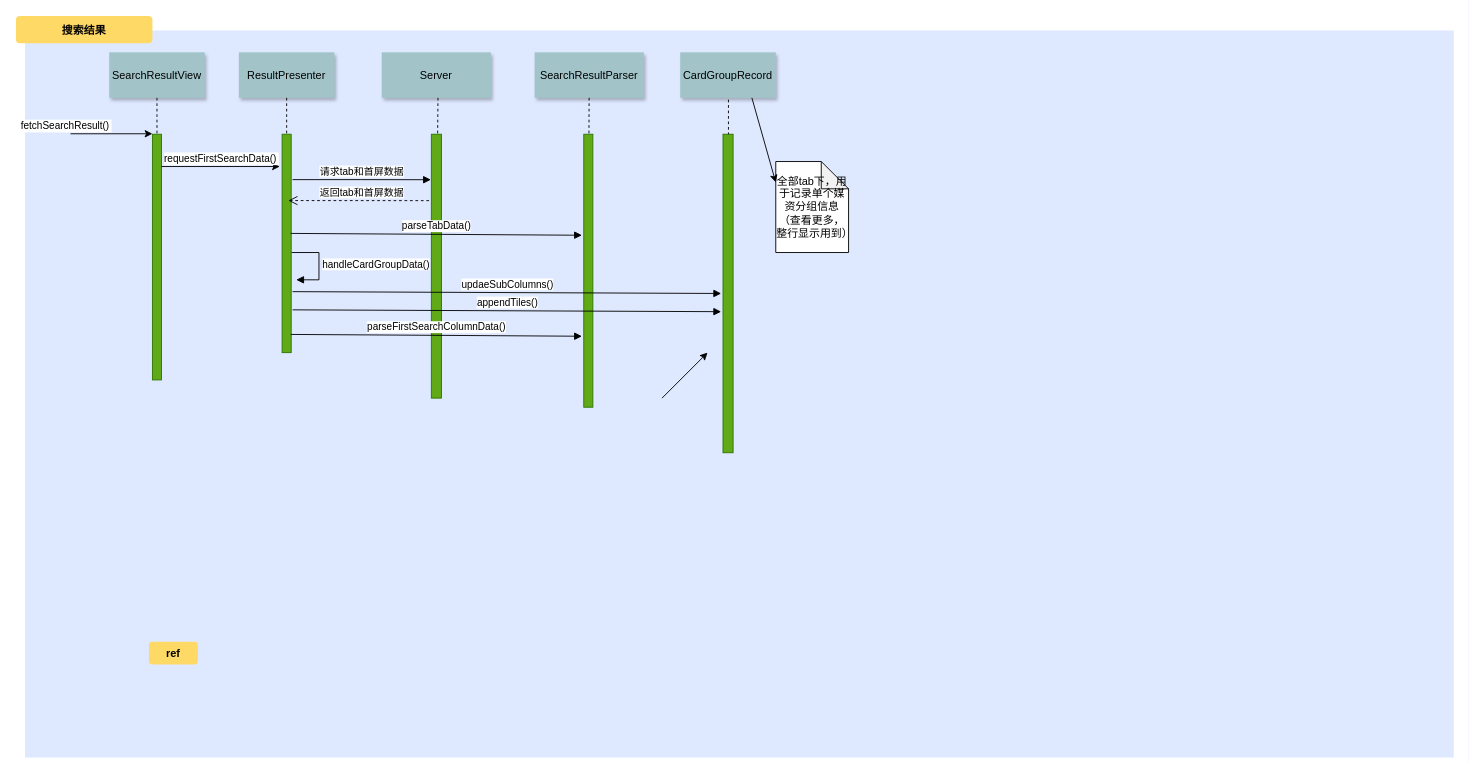
Earlier version of the draw.io diagram search_result_sequence.drawio (jasonjiang1018/draw.io-UML). Source tidied: cells renumbered, new cells numbered last; positions are measured from the earlier drawing's top-left corner, leaving out a move shared by most shapes. Both pictures are drawn from the tidied source at 91%, with x=0, y=0 at pixel (15, 15).
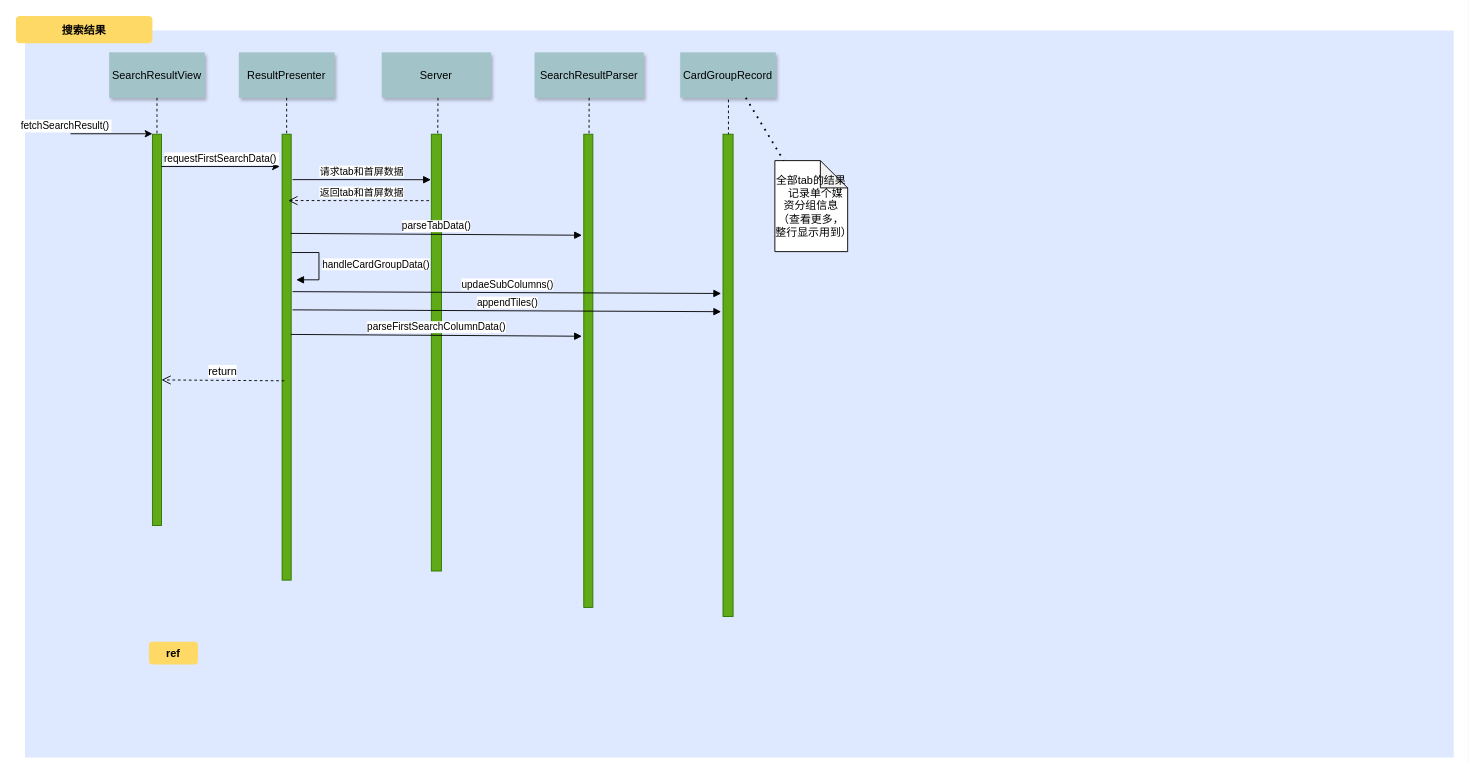
Above is the later version.

The change refers to these unchanged cells:
```xml
<mxCell id="17" value="CardGroupRecord" style="shadow=1;fillColor=#A2C4C9;strokeColor=none;" parent="1" vertex="1">
  <mxGeometry x="730" y="40" width="105" height="50" as="geometry" />
</mxCell>
```

Change to the diagram source:
```diff
@@
     <mxCell id="3" style="fillColor=#60a917;strokeColor=#2D7600;fontColor=#ffffff;" parent="1" vertex="1">
-      <mxGeometry x="150" y="130" width="10" height="270" as="geometry" />
+      <mxGeometry x="150" y="130" width="10" height="430" as="geometry" />
     </mxCell>
@@
     <mxCell id="6" style="fillColor=#60a917;strokeColor=#2D7600;fontColor=#ffffff;" parent="1" vertex="1">
-      <mxGeometry x="292.5" y="130" width="10" height="240" as="geometry" />
+      <mxGeometry x="292.5" y="130" width="10" height="490" as="geometry" />
     </mxCell>
@@
     <mxCell id="11" style="fillColor=#60a917;strokeColor=#2D7600;fontColor=#ffffff;" parent="1" vertex="1">
-      <mxGeometry x="624" y="130" width="10" height="300" as="geometry" />
+      <mxGeometry x="624" y="130" width="10" height="520" as="geometry" />
     </mxCell>
@@
     <mxCell id="18" style="fillColor=#60a917;strokeColor=#2D7600;fontColor=#ffffff;" parent="1" vertex="1">
-      <mxGeometry x="777" y="130" width="11.1" height="350" as="geometry" />
+      <mxGeometry x="777" y="130" width="11.1" height="530" as="geometry" />
     </mxCell>
@@
     <mxCell id="23" style="fillColor=#60a917;strokeColor=#2D7600;fontColor=#ffffff;" parent="1" vertex="1">
-      <mxGeometry x="456.5" y="130" width="11.1" height="290" as="geometry" />
+      <mxGeometry x="456.5" y="130" width="11.1" height="480" as="geometry" />
     </mxCell>
@@
-    <mxCell id="30" value="全部tab下，用于记录单个媒资分组信息&lt;br&gt;（查看更多，整行显示用到）" style="shape=note;whiteSpace=wrap;html=1;backgroundOutline=1;darkOpacity=0.05;align=center;verticalAlign=middle;fontFamily=Helvetica;fontSize=12;" parent="1" vertex="1">
-      <mxGeometry x="835" y="160" width="80" height="100" as="geometry" />
+    <mxCell id="30" value="全部tab的结果 &lt;br&gt;&amp;nbsp;&amp;nbsp; 记录单个媒资分组信息&lt;br&gt;（查看更多，整行显示用到）" style="shape=note;whiteSpace=wrap;html=1;backgroundOutline=1;darkOpacity=0.05;align=center;verticalAlign=middle;fontFamily=Helvetica;fontSize=12;" parent="1" vertex="1">
+      <mxGeometry x="834" y="159" width="80" height="100" as="geometry" />
     </mxCell>
-    <mxCell id="31" style="endArrow=classic;html=1;rounded=0;strokeColor=default;align=center;verticalAlign=bottom;fontFamily=Helvetica;fontSize=12;fontColor=default;labelBackgroundColor=default;" parent="1" edge="1">
-      <mxGeometry relative="1" as="geometry">
-        <mxPoint x="710" y="420" as="sourcePoint" />
-        <mxPoint x="760" y="370" as="targetPoint" />
-      </mxGeometry>
-    </mxCell>
-    <mxCell id="32" style="endArrow=classic;html=1;rounded=0;strokeColor=default;align=center;verticalAlign=bottom;fontFamily=Helvetica;fontSize=12;fontColor=default;labelBackgroundColor=default;entryX=0;entryY=0.23;entryDx=0;entryDy=0;entryPerimeter=0;exitX=0.75;exitY=1;exitDx=0;exitDy=0;" parent="1" edge="1" source="17" target="30">
+    <mxCell id="32" style="endArrow=none;dashed=1;html=1;dashPattern=1 3;strokeWidth=2;rounded=0;strokeColor=default;align=center;verticalAlign=bottom;fontFamily=Helvetica;fontSize=12;fontColor=default;labelBackgroundColor=default;exitX=0.686;exitY=1;exitDx=0;exitDy=0;exitPerimeter=0;" parent="1" edge="1" source="17" target="30">
       <mxGeometry relative="1" as="geometry" />
     </mxCell>
+    <mxCell id="33" value="return" style="html=1;verticalAlign=bottom;endArrow=open;dashed=1;endSize=8;curved=0;rounded=0;strokeColor=default;align=center;fontFamily=Helvetica;fontSize=12;fontColor=default;labelBackgroundColor=default;exitX=0.25;exitY=0.553;exitDx=0;exitDy=0;exitPerimeter=0;" parent="1" edge="1" source="6">
+      <mxGeometry relative="1" as="geometry">
+        <mxPoint x="160" y="400" as="targetPoint" />
+      </mxGeometry>
+    </mxCell>
```
